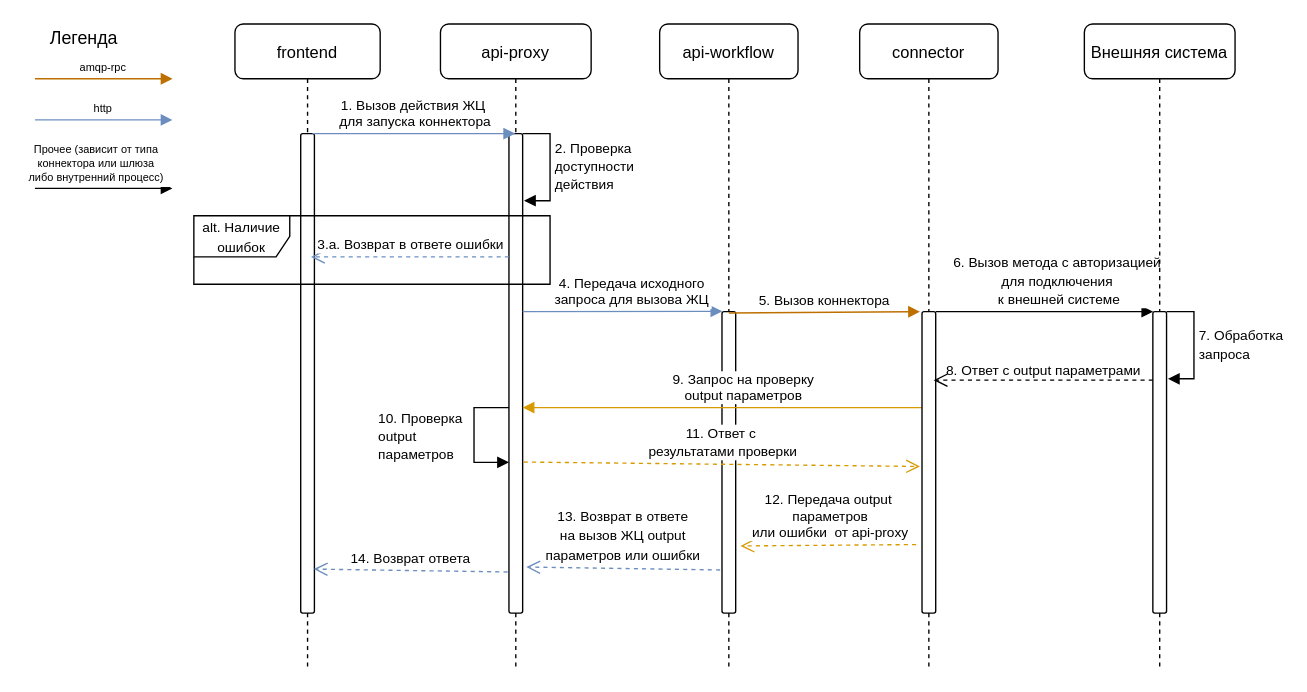
This is integration/connector-flow.drawio from effective-group/docs-drawio, a draw.io file, before an edit. Source tidied: cells renumbered, new cells numbered last; positions are measured from the earlier drawing's top-left corner, leaving out a move shared by most shapes. Both pictures are drawn from the tidied source at 137%, with x=0, y=0 at pixel (34, 23).
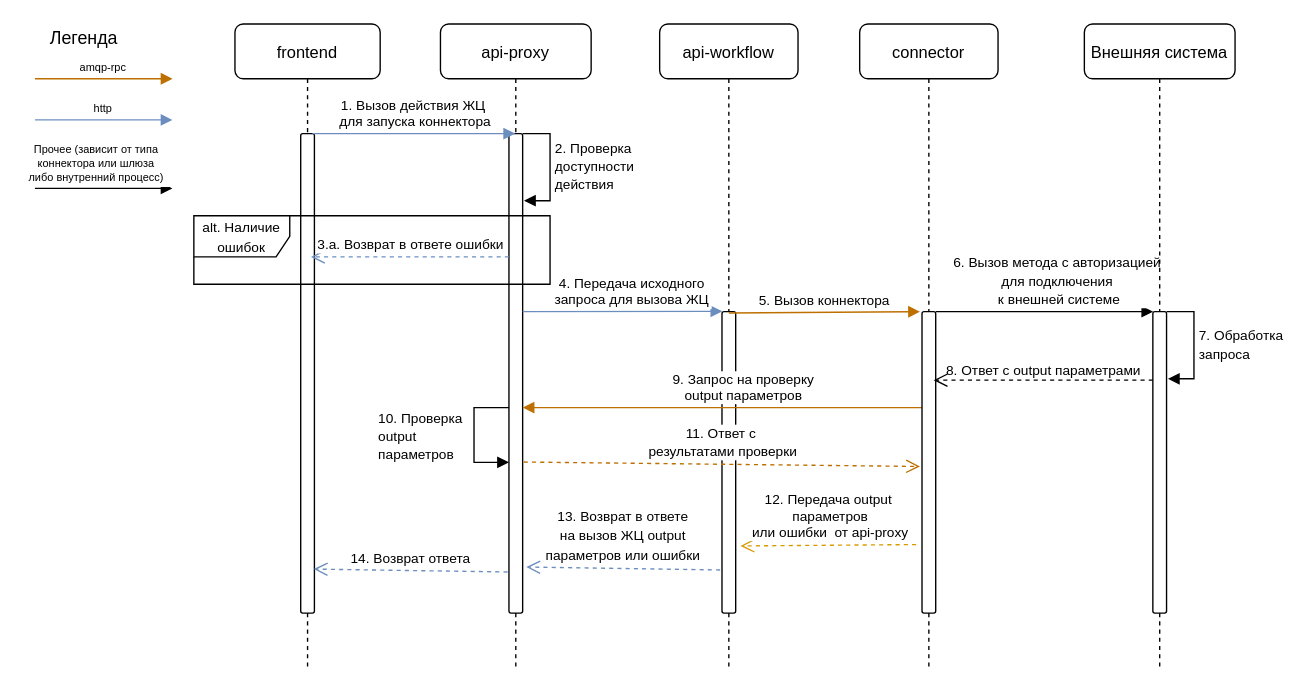
Above is the later version.

The change refers to these unchanged cells:
```xml
<mxCell id="9" style="points=[];perimeter=orthogonalPerimeter;rounded=1;shadow=0;strokeWidth=1;" parent="8" vertex="1">
  <mxGeometry x="50" y="80" width="10" height="350" as="geometry" />
</mxCell>
<mxCell id="12" value="api-workflow" style="shape=umlLifeline;perimeter=lifelinePerimeter;rounded=1;shadow=0;strokeWidth=1;size=40;" parent="1" vertex="1">
  <mxGeometry x="456" width="101" height="470" as="geometry" />
</mxCell>
```

Diff of the diagram source:
```diff
@@
-    <mxCell id="14" value="9. Запрос на проверку&lt;br&gt;output параметров" style="html=1;verticalAlign=bottom;endArrow=block;fontSize=10;gradientColor=#ffa500;fillColor=#ffcd28;strokeColor=#d79b00;" parent="12" edge="1">
+    <mxCell id="14" value="9. Запрос на проверку&lt;br&gt;output параметров" style="html=1;verticalAlign=bottom;endArrow=block;fontSize=10;gradientColor=#ffa500;fillColor=#ffcd28;strokeColor=#BD7000;" parent="12" edge="1">
       <mxGeometry x="-0.1" relative="1" as="geometry">
         <mxPoint x="192" y="280" as="sourcePoint" />
         <mxPoint x="-100" y="280" as="targetPoint" />
       </mxGeometry>
     </mxCell>
@@
-    <mxCell id="28" value="&lt;span style=&quot;font-size: 10px&quot;&gt;11. Ответ с&amp;nbsp;&lt;/span&gt;&lt;br style=&quot;font-size: 10px&quot;&gt;&lt;span style=&quot;font-size: 10px&quot;&gt;результатами проверки&lt;/span&gt;" style="html=1;verticalAlign=bottom;endArrow=open;dashed=1;endSize=8;gradientColor=#ffa500;fillColor=#ffcd28;strokeColor=#d79b00;exitX=1.081;exitY=0.685;exitDx=0;exitDy=0;exitPerimeter=0;" parent="1" edge="1" source="9">
+    <mxCell id="28" value="&lt;span style=&quot;font-size: 10px&quot;&gt;11. Ответ с&amp;nbsp;&lt;/span&gt;&lt;br style=&quot;font-size: 10px&quot;&gt;&lt;span style=&quot;font-size: 10px&quot;&gt;результатами проверки&lt;/span&gt;" style="html=1;verticalAlign=bottom;endArrow=open;dashed=1;endSize=8;gradientColor=#ffa500;fillColor=#ffcd28;strokeColor=#BD7000;exitX=1.081;exitY=0.685;exitDx=0;exitDy=0;exitPerimeter=0;" parent="1" edge="1" source="9">
       <mxGeometry relative="1" as="geometry">
         <mxPoint x="646" y="323" as="targetPoint" />
       </mxGeometry>
     </mxCell>
```
